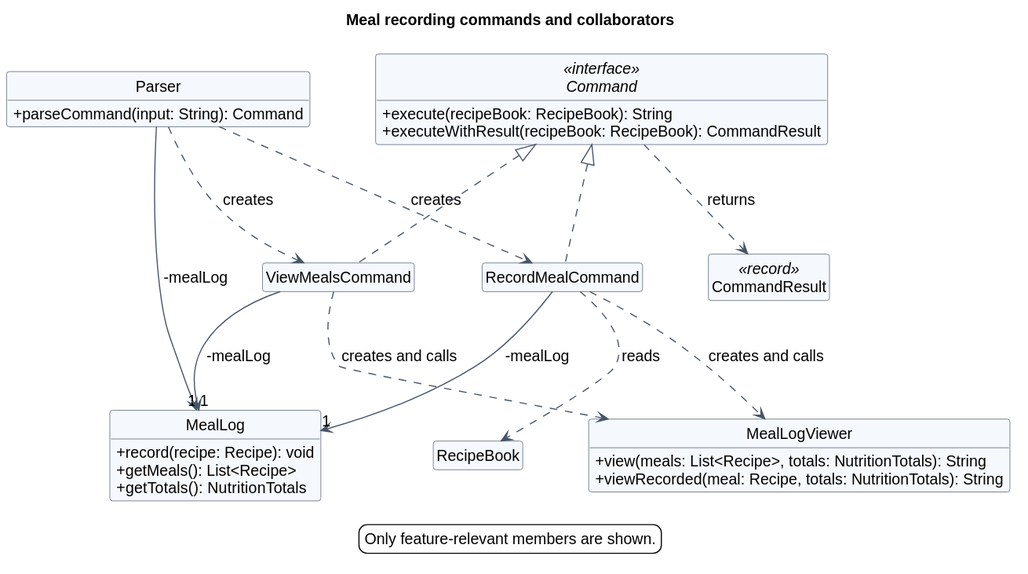
This is docs/images/record-meal/classes.svg from Rixte/tp, a PlantUML export, as it was before one commit.
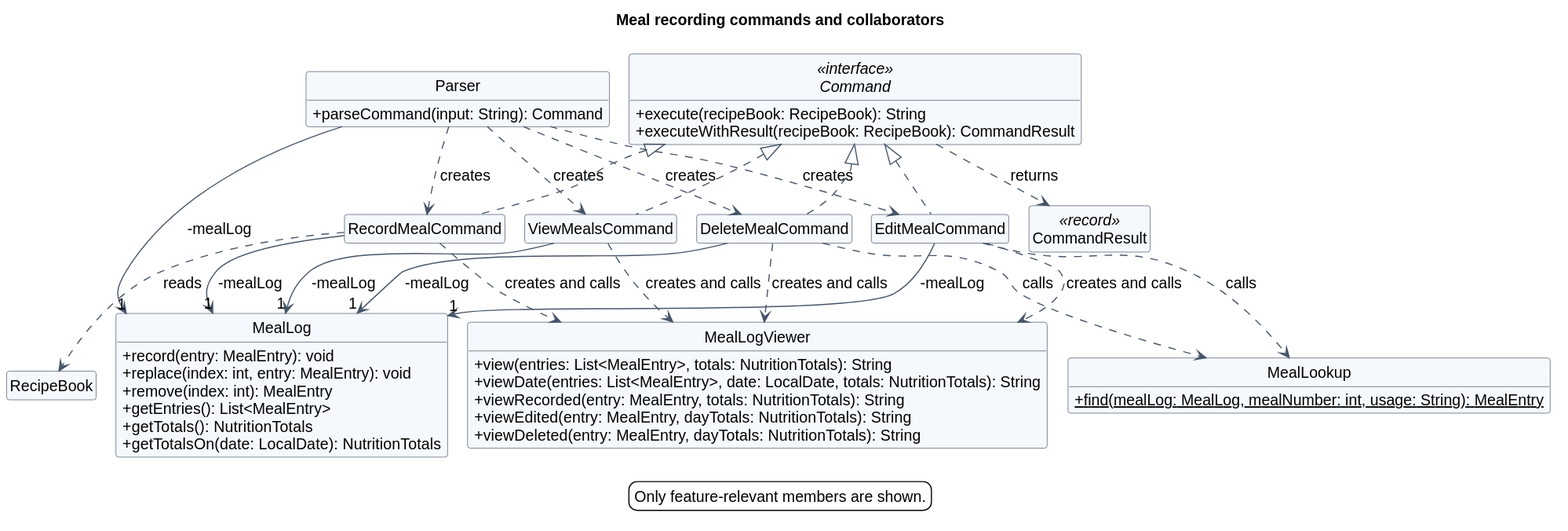
After the change.

Change to the diagram source:
```diff
@@ -17,28 +17,49 @@
 class CommandResult <<record>>
 class RecordMealCommand
 class ViewMealsCommand
+class EditMealCommand
+class DeleteMealCommand
+class MealLookup {
+  + {static} find(mealLog: MealLog, mealNumber: int, usage: String): MealEntry
+}
 class MealLog {
-  + record(recipe: Recipe): void
-  + getMeals(): List<Recipe>
+  + record(entry: MealEntry): void
+  + replace(index: int, entry: MealEntry): void
+  + remove(index: int): MealEntry
+  + getEntries(): List<MealEntry>
   + getTotals(): NutritionTotals
+  + getTotalsOn(date: LocalDate): NutritionTotals
 }
 class MealLogViewer {
-  + view(meals: List<Recipe>, totals: NutritionTotals): String
-  + viewRecorded(meal: Recipe, totals: NutritionTotals): String
+  + view(entries: List<MealEntry>, totals: NutritionTotals): String
+  + viewDate(entries: List<MealEntry>, date: LocalDate, totals: NutritionTotals): String
+  + viewRecorded(entry: MealEntry, totals: NutritionTotals): String
+  + viewEdited(entry: MealEntry, dayTotals: NutritionTotals): String
+  + viewDeleted(entry: MealEntry, dayTotals: NutritionTotals): String
 }
 class RecipeBook
 
 Parser ..> RecordMealCommand : creates
 Parser ..> ViewMealsCommand : creates
+Parser ..> EditMealCommand : creates
+Parser ..> DeleteMealCommand : creates
 Parser -right-> "1" MealLog : -mealLog
 RecordMealCommand .up.|> Command
 ViewMealsCommand .up.|> Command
+EditMealCommand .up.|> Command
+DeleteMealCommand .up.|> Command
 Command ..> CommandResult : returns
 RecordMealCommand -down-> "1" MealLog : -mealLog
 ViewMealsCommand -right-> "1" MealLog : -mealLog
+EditMealCommand -down-> "1" MealLog : -mealLog
+DeleteMealCommand -down-> "1" MealLog : -mealLog
+EditMealCommand ..> MealLookup : calls
+DeleteMealCommand ..> MealLookup : calls
 RecordMealCommand ..> RecipeBook : reads
 RecordMealCommand ..> MealLogViewer : creates and calls
 ViewMealsCommand ..> MealLogViewer : creates and calls
+EditMealCommand ..> MealLogViewer : creates and calls
+DeleteMealCommand ..> MealLogViewer : creates and calls
 RecipeBook -[hidden]right-> MealLogViewer
 
 legend bottom
```
